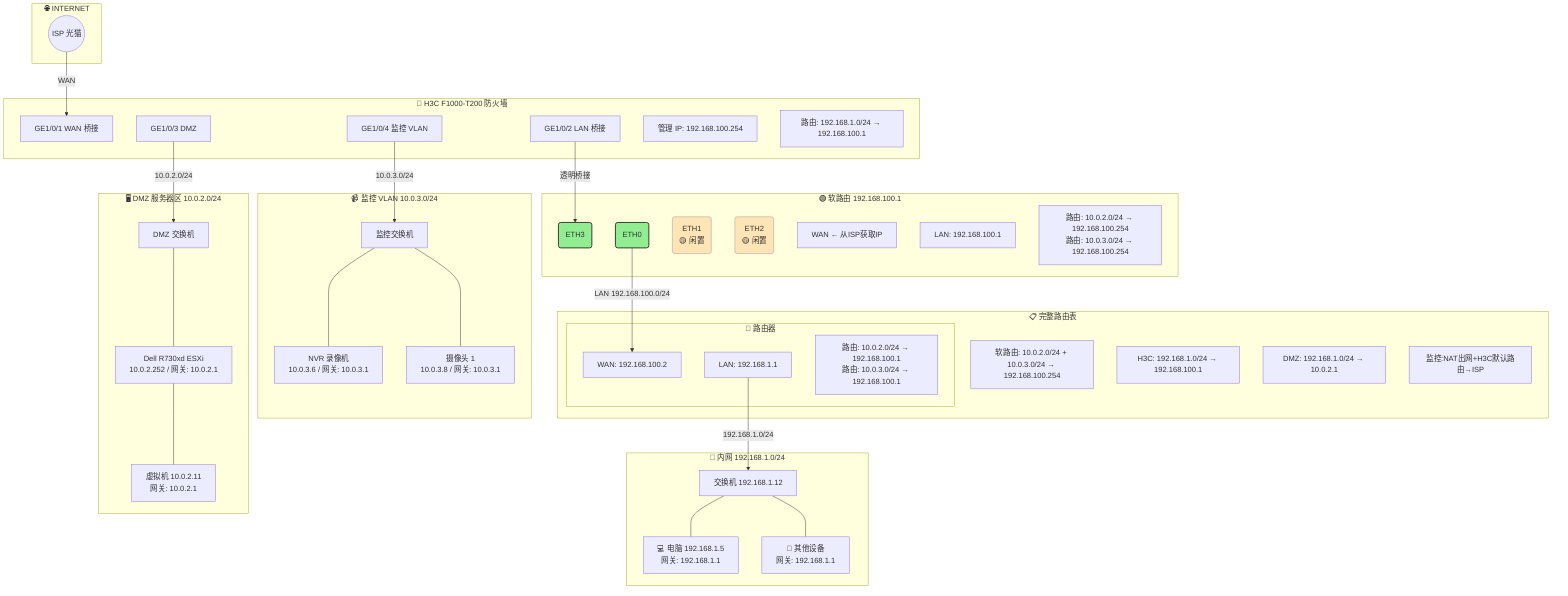
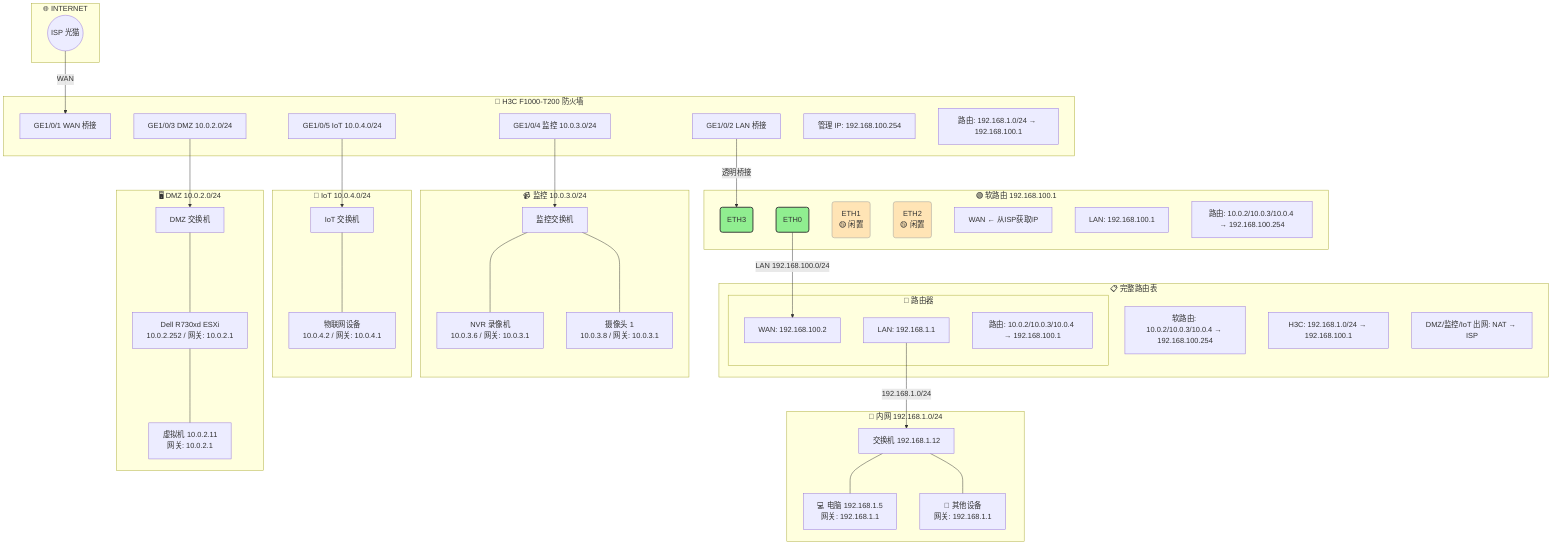
graph TB
    subgraph INTERNET["🌐 INTERNET"]
        ISP(("ISP 光猫"))
    end

    subgraph FW["🔴 H3C F1000-T200 防火墙"]
        GE1["GE1/0/1 WAN 桥接"]
        GE2["GE1/0/2 LAN 桥接"]
-         GE3["GE1/0/3 DMZ"]
-         GE4["GE1/0/4 监控 VLAN"]
+         GE3["GE1/0/3 DMZ 10.0.2.0/24"]
+         GE4["GE1/0/4 监控 10.0.3.0/24"]
+         GE5["GE1/0/5 IoT 10.0.4.0/24"]
        MGMT["管理 IP: 192.168.100.254"]
        FW_R["路由: 192.168.1.0/24 → 192.168.100.1"]
    end

    subgraph SR["🟢 软路由 192.168.100.1"]
        ETH3("ETH3"):::port
        ETH0("ETH0"):::port
        ETH1("ETH1<br/>🟡 闲置"):::port_idle
        ETH2("ETH2<br/>🟡 闲置"):::port_idle
        SR_WAN["WAN ← 从ISP获取IP"]
        SR_LAN["LAN: 192.168.100.1"]
-         SR_R["路由: 10.0.2.0/24 → 192.168.100.254<br/>路由: 10.0.3.0/24 → 192.168.100.254"]
+         SR_R["路由: 10.0.2/10.0.3/10.0.4 → 192.168.100.254"]
    end

    subgraph R2["🔵 路由器"]
        R2_WAN["WAN: 192.168.100.2"]
        R2_LAN["LAN: 192.168.1.1"]
-         R2_R["路由: 10.0.2.0/24 → 192.168.100.1<br/>路由: 10.0.3.0/24 → 192.168.100.1"]
+         R2_R["路由: 10.0.2/10.0.3/10.0.4 → 192.168.100.1"]
    end

    subgraph LAN["📡 内网 192.168.1.0/24"]
        SW["交换机 192.168.1.12"]
        PC["💻 电脑 192.168.1.5<br/>网关: 192.168.1.1"]
        OTHER["📱 其他设备<br/>网关: 192.168.1.1"]
    end

-     subgraph DMZ["🖥️ DMZ 服务器区 10.0.2.0/24"]
+     subgraph DMZ["🖥️ DMZ 10.0.2.0/24"]
        DMZ_SW["DMZ 交换机"]
        R730xd["Dell R730xd ESXi<br/>10.0.2.252 / 网关: 10.0.2.1"]
        VM["虚拟机 10.0.2.11<br/>网关: 10.0.2.1"]
    end

-     subgraph SUR["📹 监控 VLAN 10.0.3.0/24"]
+     subgraph SUR["📹 监控 10.0.3.0/24"]
        SUR_SW["监控交换机"]
        NVR["NVR 录像机<br/>10.0.3.6 / 网关: 10.0.3.1"]
        CAM["摄像头 1<br/>10.0.3.8 / 网关: 10.0.3.1"]
+     end
+ 
+     subgraph IOT["📶 IoT 10.0.4.0/24"]
+         IOT_SW["IoT 交换机"]
+         IOT_DEV["物联网设备<br/>10.0.4.2 / 网关: 10.0.4.1"]
    end

    ISP -->|"WAN"| GE1
    GE2 -->|"透明桥接"| ETH3
    ETH0 -->|"LAN 192.168.100.0/24"| R2_WAN
    R2_LAN -->|"192.168.1.0/24"| SW
    SW --- PC
    SW --- OTHER
-     GE3 -->|"10.0.2.0/24"| DMZ_SW
+     GE3 --> DMZ_SW
    DMZ_SW --- R730xd
    R730xd --- VM
-     GE4 -->|"10.0.3.0/24"| SUR_SW
+     GE4 --> SUR_SW
    SUR_SW --- NVR
    SUR_SW --- CAM
+     GE5 --> IOT_SW
+     IOT_SW --- IOT_DEV

    subgraph ROUTES["📋 完整路由表"]
-         R1["软路由: 10.0.2.0/24 + 10.0.3.0/24 → 192.168.100.254"]
-         R2["路由器: 10.0.2.0/24 + 10.0.3.0/24 → 192.168.100.1"]
+         R1["软路由: 10.0.2/10.0.3/10.0.4 → 192.168.100.254"]
+         R2["路由器: 10.0.2/10.0.3/10.0.4 → 192.168.100.1"]
        R3["H3C: 192.168.1.0/24 → 192.168.100.1"]
-         R4["DMZ: 192.168.1.0/24 → 10.0.2.1"]
-         R5["监控:NAT出网+H3C默认路由→ISP"]
+         R4["DMZ/监控/IoT 出网: NAT → ISP"]
    end

    classDef port fill:#90EE90,stroke:#333,stroke-width:2
    classDef port_idle fill:#FFE4B5,stroke:#999,stroke-width:1,dashed